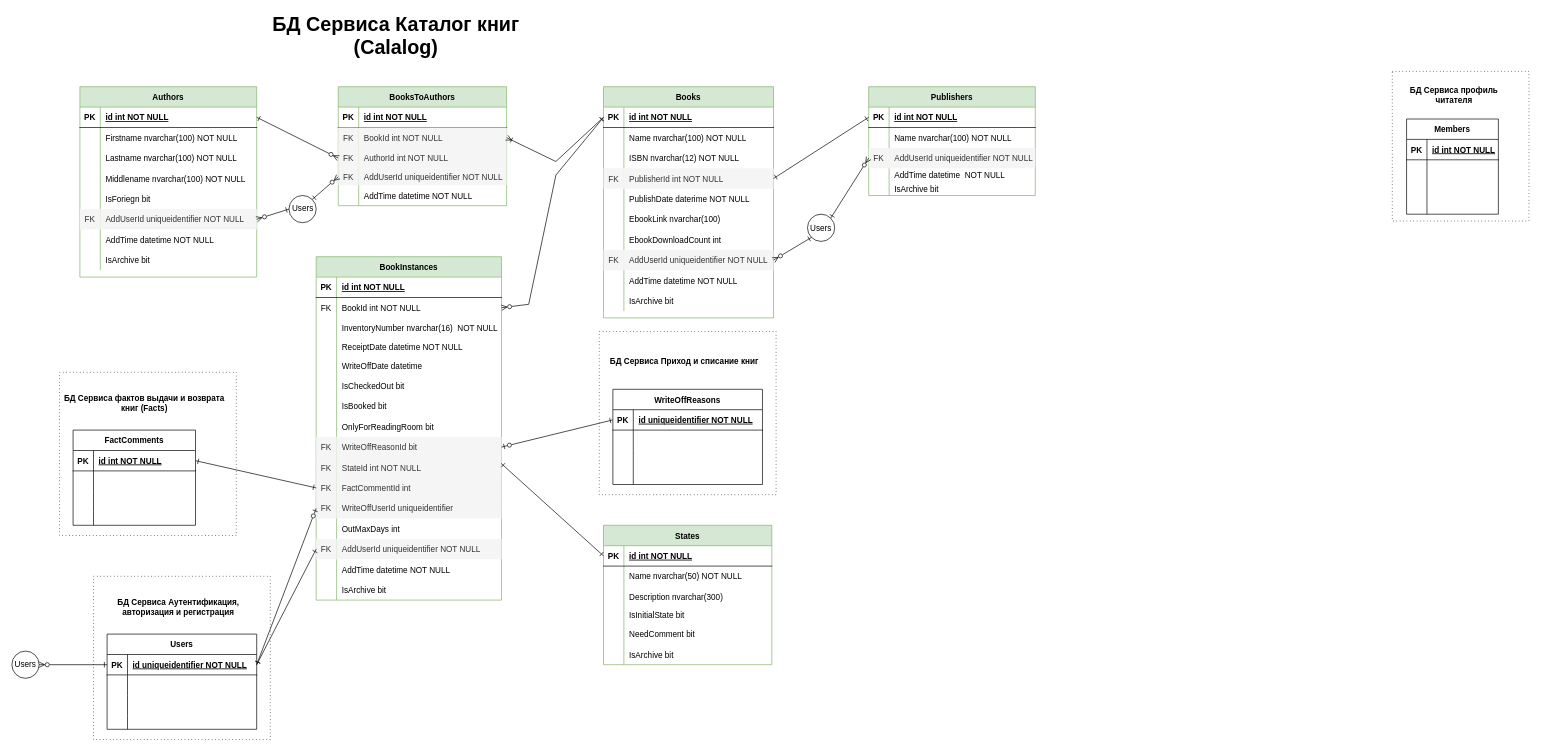
The draw.io diagram Docs/Services/Calalog/БД сервиса Calalog.drawio in den3011den/Library, before the edit. Source tidied: cells renumbered, new cells numbered last; positions are measured from the earlier drawing's top-left corner, leaving out a move shared by most shapes. Both pictures are drawn from the tidied source at 68%, with x=0, y=0 at pixel (12, 25).
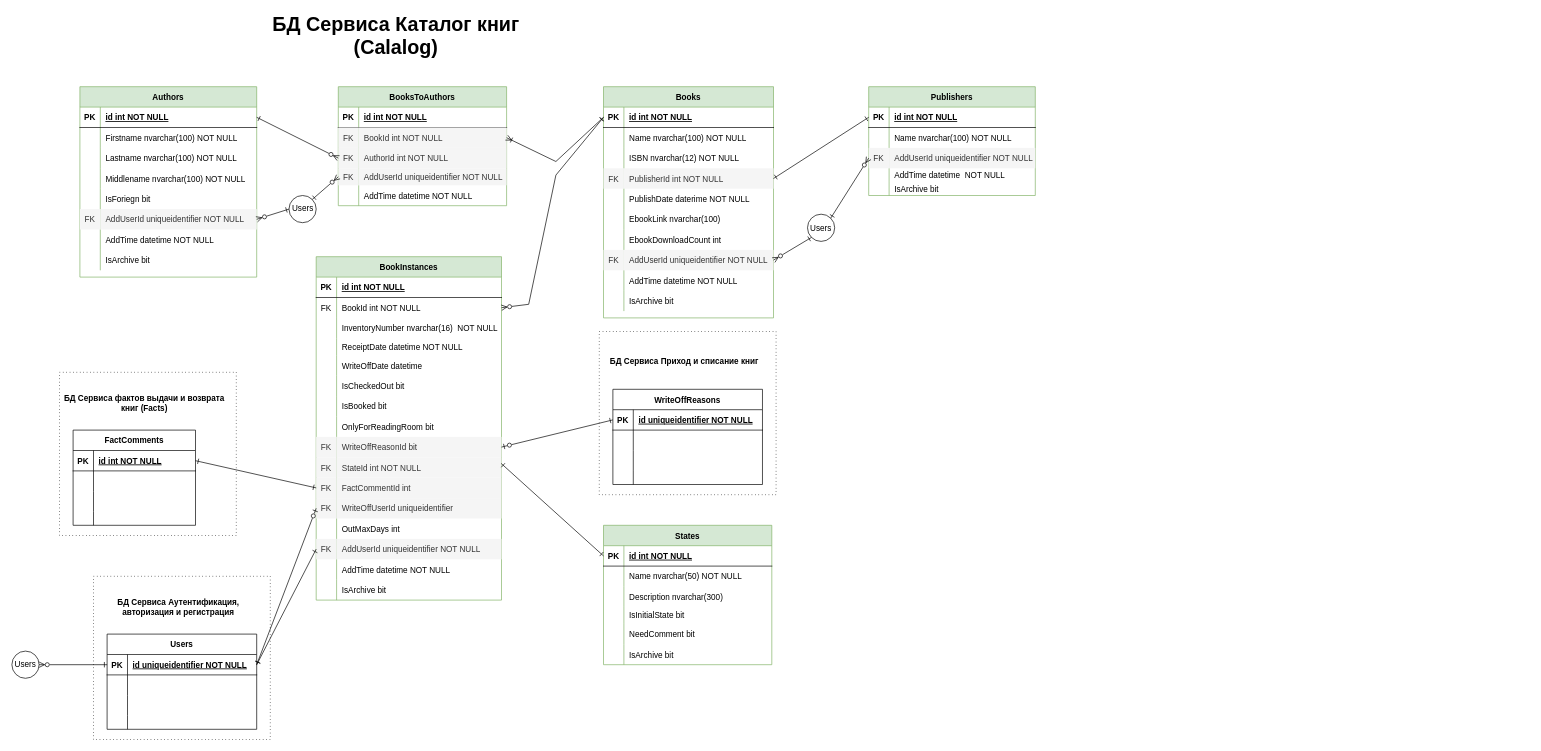
The same diagram, later.

The edit, as a diff of the source:
```diff
@@
-    <mxCell id="2" style="rounded=0;whiteSpace=wrap;html=1;dashed=1;dashPattern=1 4;" parent="1" vertex="1">
-      <mxGeometry x="2030" y="67.5" width="201" height="220" as="geometry" />
-    </mxCell>
@@
-    <mxCell id="44" value="Members" style="shape=table;startSize=30;childLayout=tableLayout;rowLines=0;fontStyle=1;align=center;" parent="1" vertex="1">
-      <mxGeometry x="2051" y="137.5" width="135" height="140" as="geometry" />
-    </mxCell>
-    <mxCell id="45" style="shape=partialRectangle;fillColor=none;top=0;left=0;right=0;bottom=1;" parent="44" vertex="1">
-      <mxGeometry y="30" width="135" height="30" as="geometry" />
-    </mxCell>
-    <mxCell id="46" value="PK" style="shape=partialRectangle;overflow=hidden;fillColor=none;top=0;left=0;bottom=0;right=0;fontStyle=1;" parent="45" vertex="1">
-      <mxGeometry width="30" height="30" as="geometry" />
-    </mxCell>
-    <mxCell id="47" value="id int NOT NULL " style="shape=partialRectangle;overflow=hidden;fillColor=none;top=0;left=0;bottom=0;right=0;align=left;spacingLeft=6;fontStyle=5;" parent="45" vertex="1">
-      <mxGeometry x="30" width="105" height="30" as="geometry" />
-    </mxCell>
-    <mxCell id="48" style="shape=partialRectangle;fillColor=none;top=0;left=0;right=0;bottom=0;" parent="44" vertex="1">
-      <mxGeometry y="60" width="135" height="30" as="geometry" />
-    </mxCell>
-    <mxCell id="49" style="shape=partialRectangle;overflow=hidden;fillColor=none;top=0;left=0;bottom=0;right=0;" parent="48" vertex="1">
-      <mxGeometry width="30" height="30" as="geometry" />
-    </mxCell>
-    <mxCell id="50" style="shape=partialRectangle;overflow=hidden;fillColor=none;top=0;left=0;bottom=0;right=0;align=left;spacingLeft=6;" parent="48" vertex="1">
-      <mxGeometry x="30" width="105" height="30" as="geometry" />
-    </mxCell>
-    <mxCell id="51" style="shape=partialRectangle;fillColor=none;top=0;left=0;right=0;bottom=0;" parent="44" vertex="1">
-      <mxGeometry y="90" width="135" height="30" as="geometry" />
-    </mxCell>
-    <mxCell id="52" style="shape=partialRectangle;overflow=hidden;fillColor=none;top=0;left=0;bottom=0;right=0;" parent="51" vertex="1">
-      <mxGeometry width="30" height="30" as="geometry" />
-    </mxCell>
-    <mxCell id="53" style="shape=partialRectangle;overflow=hidden;fillColor=none;top=0;left=0;bottom=0;right=0;align=left;spacingLeft=6;" parent="51" vertex="1">
-      <mxGeometry x="30" width="105" height="30" as="geometry" />
-    </mxCell>
-    <mxCell id="54" style="shape=partialRectangle;fillColor=none;top=0;left=0;right=0;bottom=0;" parent="44" vertex="1">
-      <mxGeometry y="120" width="135" height="20" as="geometry" />
-    </mxCell>
-    <mxCell id="55" style="shape=partialRectangle;overflow=hidden;fillColor=none;top=0;left=0;bottom=0;right=0;" parent="54" vertex="1">
-      <mxGeometry width="30" height="20" as="geometry" />
-    </mxCell>
-    <mxCell id="56" style="shape=partialRectangle;overflow=hidden;fillColor=none;top=0;left=0;bottom=0;right=0;align=left;spacingLeft=6;" parent="54" vertex="1">
-      <mxGeometry x="30" width="105" height="20" as="geometry" />
-    </mxCell>
-    <mxCell id="57" value="БД Сервиса профиль читателя" style="text;html=1;align=center;verticalAlign=middle;whiteSpace=wrap;rounded=0;fontStyle=1;" parent="1" vertex="1">
-      <mxGeometry x="2031" y="87.5" width="180" height="30" as="geometry" />
-    </mxCell>
```
